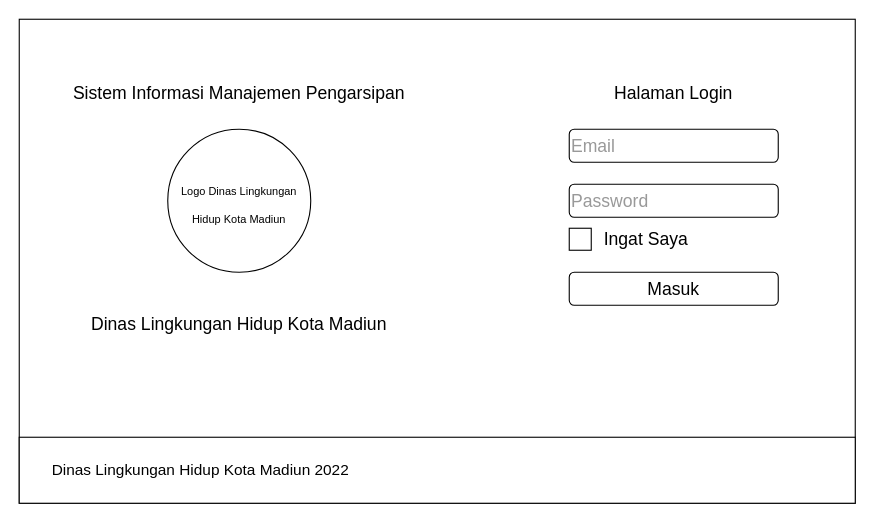
The draw.io diagram page "Login" (1 of 9) of Desain Interface.drawio in widimicko/e-arsip-dlh-laravel, before the edit. Source tidied: cells renumbered, new cells numbered last; positions are measured from the earlier drawing's top-left corner, leaving out a move shared by most shapes. Both pictures are drawn from the tidied source at 110%, with x=0, y=0 at pixel (19, 19).
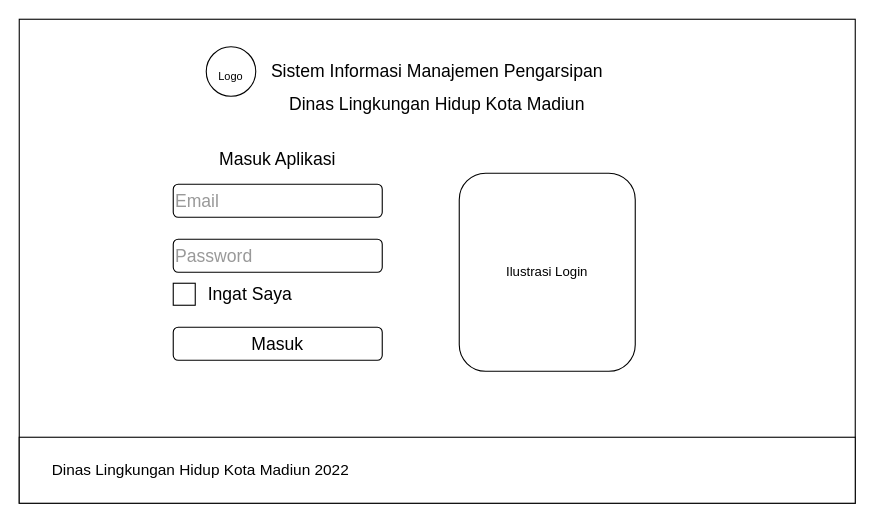
The same diagram, later.

The edit, as a diff of the source:
```diff
@@
 <mxGraphModel>
   <root>
     <mxCell id="0" />
     <mxCell id="1" parent="0" />
     <mxCell id="2" style="rounded=0;whiteSpace=wrap;html=1;" parent="1" vertex="1">
       <mxGeometry width="760" height="440" as="geometry" />
     </mxCell>
     <mxCell id="3" value="&lt;font style=&quot;font-size: 16px&quot;&gt;Sistem Informasi Manajemen Pengarsipan&lt;/font&gt;" style="text;html=1;strokeColor=none;fillColor=none;align=center;verticalAlign=middle;whiteSpace=wrap;rounded=0;fontSize=21;" parent="1" vertex="1">
-      <mxGeometry x="40" y="40" width="320" height="50" as="geometry" />
+      <mxGeometry x="220" y="20" width="320" height="50" as="geometry" />
     </mxCell>
-    <mxCell id="4" value="&lt;font size=&quot;1&quot;&gt;Logo Dinas Lingkungan Hidup Kota Madiun&lt;/font&gt;" style="ellipse;whiteSpace=wrap;html=1;fontSize=21;" parent="1" vertex="1">
-      <mxGeometry x="135" y="100" width="130" height="130" as="geometry" />
+    <mxCell id="4" value="&lt;font size=&quot;1&quot;&gt;Logo&lt;/font&gt;" style="ellipse;whiteSpace=wrap;html=1;fontSize=21;" parent="1" vertex="1">
+      <mxGeometry x="170" y="25" width="45" height="45" as="geometry" />
     </mxCell>
     <mxCell id="5" value="&lt;font style=&quot;font-size: 16px&quot;&gt;Dinas Lingkungan Hidup Kota Madiun&lt;/font&gt;" style="text;html=1;strokeColor=none;fillColor=none;align=center;verticalAlign=middle;whiteSpace=wrap;rounded=0;fontSize=21;" parent="1" vertex="1">
-      <mxGeometry x="40" y="250" width="320" height="50" as="geometry" />
+      <mxGeometry x="220" y="50" width="320" height="50" as="geometry" />
     </mxCell>
     <mxCell id="6" style="rounded=0;whiteSpace=wrap;html=1;fontSize=16;" parent="1" vertex="1">
       <mxGeometry y="380" width="760" height="60" as="geometry" />
     </mxCell>
     <mxCell id="7" value="Dinas Lingkungan Hidup Kota Madiun 2022" style="text;html=1;strokeColor=none;fillColor=none;align=center;verticalAlign=middle;whiteSpace=wrap;rounded=0;fontSize=14;" parent="1" vertex="1">
       <mxGeometry x="20" y="395" width="290" height="30" as="geometry" />
     </mxCell>
-    <mxCell id="8" value="&lt;font style=&quot;font-size: 16px&quot;&gt;Halaman Login&lt;/font&gt;" style="text;html=1;strokeColor=none;fillColor=none;align=center;verticalAlign=middle;whiteSpace=wrap;rounded=0;fontSize=21;" parent="1" vertex="1">
-      <mxGeometry x="520" y="50" width="150" height="30" as="geometry" />
+    <mxCell id="8" value="&lt;font style=&quot;font-size: 16px&quot;&gt;Masuk Aplikasi&lt;/font&gt;" style="text;html=1;strokeColor=none;fillColor=none;align=center;verticalAlign=middle;whiteSpace=wrap;rounded=0;fontSize=21;" parent="1" vertex="1">
+      <mxGeometry x="160" y="110" width="150" height="30" as="geometry" />
     </mxCell>
     <mxCell id="9" value="Email" style="rounded=1;whiteSpace=wrap;html=1;fontSize=16;align=left;fontColor=#999999;" parent="1" vertex="1">
-      <mxGeometry x="500" y="100" width="190" height="30" as="geometry" />
+      <mxGeometry x="140" y="150" width="190" height="30" as="geometry" />
     </mxCell>
     <mxCell id="10" value="Password" style="rounded=1;whiteSpace=wrap;html=1;fontSize=16;align=left;fontColor=#999999;" parent="1" vertex="1">
-      <mxGeometry x="500" y="150" width="190" height="30" as="geometry" />
+      <mxGeometry x="140" y="200" width="190" height="30" as="geometry" />
     </mxCell>
     <mxCell id="11" value="Masuk" style="rounded=1;whiteSpace=wrap;html=1;fontSize=16;" parent="1" vertex="1">
-      <mxGeometry x="500" y="230" width="190" height="30" as="geometry" />
+      <mxGeometry x="140" y="280" width="190" height="30" as="geometry" />
     </mxCell>
     <mxCell id="12" style="whiteSpace=wrap;html=1;labelBackgroundColor=#ffffff;fontSize=16;fontColor=#999999;rounded=1;arcSize=0;" parent="1" vertex="1">
-      <mxGeometry x="500" y="190" width="20" height="20" as="geometry" />
+      <mxGeometry x="140" y="240" width="20" height="20" as="geometry" />
     </mxCell>
     <mxCell id="13" value="&lt;font color=&quot;#000000&quot;&gt;Ingat Saya&lt;/font&gt;" style="text;html=1;strokeColor=none;fillColor=none;align=center;verticalAlign=middle;whiteSpace=wrap;rounded=0;labelBackgroundColor=#ffffff;fontSize=16;fontColor=#999999;" parent="1" vertex="1">
-      <mxGeometry x="510" y="185" width="120" height="30" as="geometry" />
+      <mxGeometry x="150" y="235" width="120" height="30" as="geometry" />
     </mxCell>
+    <mxCell id="16" value="Ilustrasi Login" style="rounded=1;whiteSpace=wrap;html=1;" parent="1" vertex="1">
+      <mxGeometry x="400" y="140" width="160" height="180" as="geometry" />
+    </mxCell>
     <mxCell id="14" parent="0" />
     <mxCell id="15" parent="0" />
   </root>
 </mxGraphModel>
```
